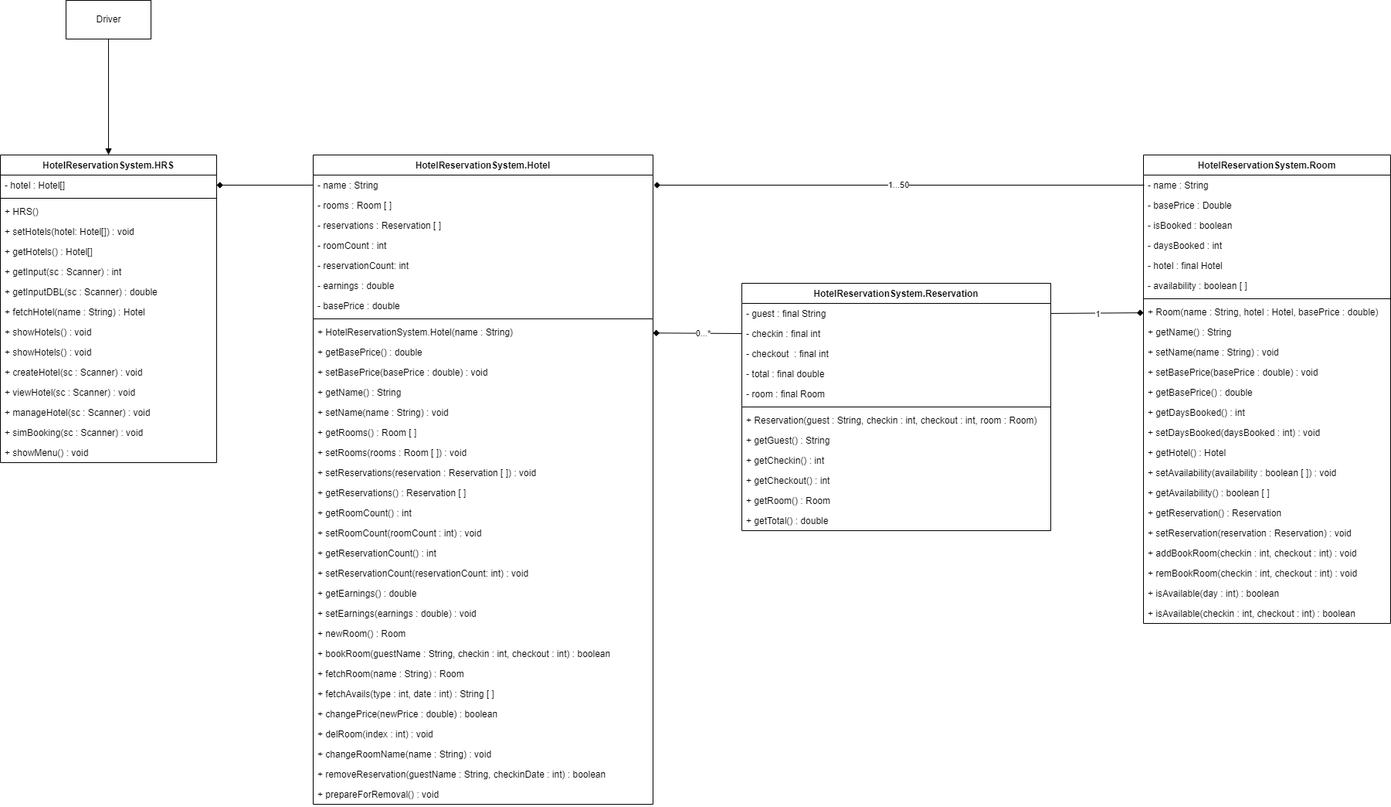
The draw.io diagram res/[Ganituen, Jimenez. CCPROG3 MCO1] UML.png in zrygan/CCPROG3-MCOs, before a commit. Source tidied: cells renumbered, new cells last; positions are measured from the earlier drawing's top-left corner, leaving out a move shared by most shapes.
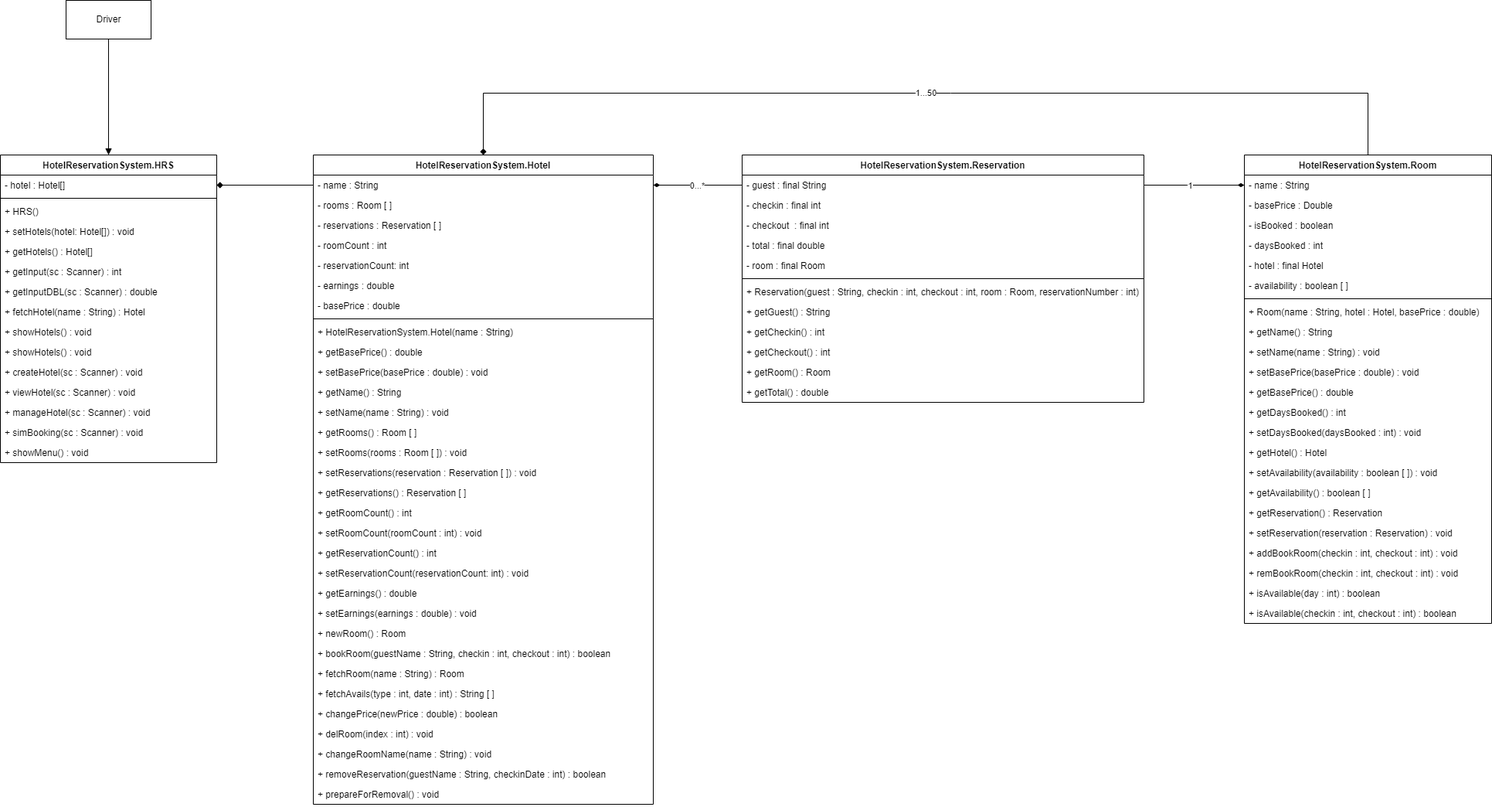
Above is the later version.

The edit, as a diff of the source:
```diff
@@ -102,7 +102,7 @@
       <mxGeometry y="814" width="440" height="26" as="geometry" />
     </mxCell>
     <mxCell id="35" value="HotelReservationSystem.Room" style="swimlane;fontStyle=1;align=center;verticalAlign=top;horizontal=1;startSize=26;" parent="1" vertex="1">
-      <mxGeometry x="1480" y="200" width="320" height="606" as="geometry" />
+      <mxGeometry x="1610" y="200" width="320" height="606" as="geometry" />
     </mxCell>
     <mxCell id="36" value="- name : String" style="text;strokeColor=none;fillColor=none;align=left;verticalAlign=top;spacingLeft=4;spacingRight=4;overflow=hidden;points=[[0,0.5],[1,0.5]];portConstraint=eastwest;" parent="35" vertex="1">
       <mxGeometry y="26" width="320" height="26" as="geometry" />
@@ -174,43 +174,43 @@
       <mxGeometry y="580" width="320" height="26" as="geometry" />
     </mxCell>
     <mxCell id="59" value="HotelReservationSystem.Reservation" style="swimlane;fontStyle=1;align=center;verticalAlign=top;horizontal=1;startSize=26;" parent="1" vertex="1">
-      <mxGeometry x="960" y="366" width="400" height="320" as="geometry" />
+      <mxGeometry x="960" y="200" width="520" height="320" as="geometry" />
     </mxCell>
     <mxCell id="60" value="- guest : final String" style="text;strokeColor=none;fillColor=none;align=left;verticalAlign=top;spacingLeft=4;spacingRight=4;overflow=hidden;points=[[0,0.5],[1,0.5]];portConstraint=eastwest;" parent="59" vertex="1">
-      <mxGeometry y="26" width="400" height="26" as="geometry" />
+      <mxGeometry y="26" width="520" height="26" as="geometry" />
     </mxCell>
     <mxCell id="61" value="- checkin : final int" style="text;strokeColor=none;fillColor=none;align=left;verticalAlign=top;spacingLeft=4;spacingRight=4;overflow=hidden;points=[[0,0.5],[1,0.5]];portConstraint=eastwest;" parent="59" vertex="1">
-      <mxGeometry y="52" width="400" height="26" as="geometry" />
+      <mxGeometry y="52" width="520" height="26" as="geometry" />
     </mxCell>
     <mxCell id="62" value="- checkout  : final int" style="text;strokeColor=none;fillColor=none;align=left;verticalAlign=top;spacingLeft=4;spacingRight=4;overflow=hidden;" parent="59" vertex="1">
-      <mxGeometry y="78" width="400" height="26" as="geometry" />
+      <mxGeometry y="78" width="520" height="26" as="geometry" />
     </mxCell>
     <mxCell id="63" value="- total : final double" style="text;strokeColor=none;fillColor=none;align=left;verticalAlign=top;spacingLeft=4;spacingRight=4;overflow=hidden;" parent="59" vertex="1">
-      <mxGeometry y="104" width="400" height="26" as="geometry" />
+      <mxGeometry y="104" width="520" height="26" as="geometry" />
     </mxCell>
     <mxCell id="64" value="- room : final Room" style="text;strokeColor=none;fillColor=none;align=left;verticalAlign=top;spacingLeft=4;spacingRight=4;overflow=hidden;" parent="59" vertex="1">
-      <mxGeometry y="130" width="400" height="26" as="geometry" />
+      <mxGeometry y="130" width="520" height="26" as="geometry" />
     </mxCell>
     <mxCell id="65" style="line;strokeWidth=1;fillColor=none;align=left;verticalAlign=middle;spacingTop=-1;spacingLeft=3;spacingRight=3;labelPosition=right;strokeColor=inherit;" parent="59" vertex="1">
-      <mxGeometry y="156" width="400" height="8" as="geometry" />
+      <mxGeometry y="156" width="520" height="8" as="geometry" />
     </mxCell>
-    <mxCell id="66" value="+ Reservation(guest : String, checkin : int, checkout : int, room : Room)" style="text;strokeColor=none;fillColor=none;align=left;verticalAlign=top;spacingLeft=4;spacingRight=4;overflow=hidden;" parent="59" vertex="1">
-      <mxGeometry y="164" width="400" height="26" as="geometry" />
+    <mxCell id="66" value="+ Reservation(guest : String, checkin : int, checkout : int, room : Room, reservationNumber : int)" style="text;strokeColor=none;fillColor=none;align=left;verticalAlign=top;spacingLeft=4;spacingRight=4;overflow=hidden;" parent="59" vertex="1">
+      <mxGeometry y="164" width="520" height="26" as="geometry" />
     </mxCell>
     <mxCell id="67" value="+ getGuest() : String" style="text;strokeColor=none;fillColor=none;align=left;verticalAlign=top;spacingLeft=4;spacingRight=4;overflow=hidden;" parent="59" vertex="1">
-      <mxGeometry y="190" width="400" height="26" as="geometry" />
+      <mxGeometry y="190" width="520" height="26" as="geometry" />
     </mxCell>
     <mxCell id="68" value="+ getCheckin() : int" style="text;strokeColor=none;fillColor=none;align=left;verticalAlign=top;spacingLeft=4;spacingRight=4;overflow=hidden;" parent="59" vertex="1">
-      <mxGeometry y="216" width="400" height="26" as="geometry" />
+      <mxGeometry y="216" width="520" height="26" as="geometry" />
     </mxCell>
     <mxCell id="69" value="+ getCheckout() : int" style="text;strokeColor=none;fillColor=none;align=left;verticalAlign=top;spacingLeft=4;spacingRight=4;overflow=hidden;" parent="59" vertex="1">
-      <mxGeometry y="242" width="400" height="26" as="geometry" />
+      <mxGeometry y="242" width="520" height="26" as="geometry" />
     </mxCell>
     <mxCell id="70" value="+ getRoom() : Room" style="text;strokeColor=none;fillColor=none;align=left;verticalAlign=top;spacingLeft=4;spacingRight=4;overflow=hidden;" parent="59" vertex="1">
-      <mxGeometry y="268" width="400" height="26" as="geometry" />
+      <mxGeometry y="268" width="520" height="26" as="geometry" />
     </mxCell>
     <mxCell id="71" value="+ getTotal() : double" style="text;strokeColor=none;fillColor=none;align=left;verticalAlign=top;spacingLeft=4;spacingRight=4;overflow=hidden;" parent="59" vertex="1">
-      <mxGeometry y="294" width="400" height="26" as="geometry" />
+      <mxGeometry y="294" width="520" height="26" as="geometry" />
     </mxCell>
     <mxCell id="72" style="edgeStyle=none;html=1;exitX=0.5;exitY=1;exitDx=0;exitDy=0;entryX=0.5;entryY=0;entryDx=0;entryDy=0;endArrow=block;endFill=1;" parent="1" edge="1" source="73" target="74">
       <mxGeometry relative="1" as="geometry" />
@@ -269,24 +269,34 @@
     <mxCell id="90" style="edgeStyle=none;html=1;exitX=0;exitY=0.5;exitDx=0;exitDy=0;endArrow=diamond;endFill=1;" parent="1" edge="1" source="3" target="75">
       <mxGeometry relative="1" as="geometry" />
     </mxCell>
-    <mxCell id="91" value="1...50" style="edgeStyle=none;html=1;exitX=0;exitY=0.5;exitDx=0;exitDy=0;endArrow=diamond;endFill=1;" parent="1" edge="1">
+    <mxCell id="91" value="1...50" style="edgeStyle=none;html=1;endArrow=diamond;endFill=1;entryX=0.5;entryY=0;entryDx=0;entryDy=0;rounded=0;" parent="1" edge="1" target="2">
       <mxGeometry relative="1" as="geometry">
-        <mxPoint x="1481" y="239" as="sourcePoint" />
-        <mxPoint x="846" y="239" as="targetPoint" />
+        <mxPoint x="1770" y="200" as="sourcePoint" />
+        <Array as="points">
+          <mxPoint x="1770" y="120" />
+          <mxPoint x="1230" y="120" />
+          <mxPoint x="625" y="120" />
+        </Array>
       </mxGeometry>
     </mxCell>
-    <mxCell id="92" style="edgeStyle=none;html=1;exitX=0;exitY=0.5;exitDx=0;exitDy=0;endArrow=diamond;endFill=1;" parent="1" edge="1" source="61" target="11">
-      <mxGeometry relative="1" as="geometry" />
-    </mxCell>
+    <mxCell id="96" style="edgeStyle=none;rounded=0;html=1;exitX=0;exitY=0.5;exitDx=0;exitDy=0;endArrow=diamondThin;endFill=1;" parent="1" edge="1" source="60" target="3">
+      <mxGeometry relative="1" as="geometry">
+        <Array as="points">
+          <mxPoint x="900" y="239" />
+        </Array>
+      </mxGeometry>
+    </mxCell>
-    <mxCell id="93" value="0...*" style="edgeLabel;html=1;align=center;verticalAlign=middle;" parent="92" vertex="1">
-      <mxGeometry x="-0.12" y="-1" relative="1" as="geometry" />
+    <mxCell id="93" value="0...*" style="edgeLabel;html=1;align=center;verticalAlign=middle;" parent="96" vertex="1">
+      <mxGeometry x="-0.19" y="-2" relative="1" as="geometry">
+        <mxPoint x="-13" y="2" as="offset" />
+      </mxGeometry>
     </mxCell>
-    <mxCell id="94" style="edgeStyle=none;html=1;exitX=1;exitY=0.5;exitDx=0;exitDy=0;endArrow=diamond;endFill=1;" parent="1" edge="1" source="60" target="43">
-      <mxGeometry relative="1" as="geometry" />
-    </mxCell>
+    <mxCell id="97" style="edgeStyle=none;rounded=0;html=1;exitX=1;exitY=0.5;exitDx=0;exitDy=0;endArrow=diamondThin;endFill=1;" parent="1" edge="1" source="60" target="36">
+      <mxGeometry relative="1" as="geometry" />
+    </mxCell>
-    <mxCell id="95" value="1" style="edgeLabel;html=1;align=center;verticalAlign=middle;" parent="94" vertex="1">
-      <mxGeometry x="-0.18" relative="1" as="geometry">
-        <mxPoint x="11" as="offset" />
+    <mxCell id="95" value="1" style="edgeLabel;html=1;align=center;verticalAlign=middle;" parent="97" vertex="1">
+      <mxGeometry x="0.26" relative="1" as="geometry">
+        <mxPoint x="-22" as="offset" />
       </mxGeometry>
     </mxCell>
   </root>
```
